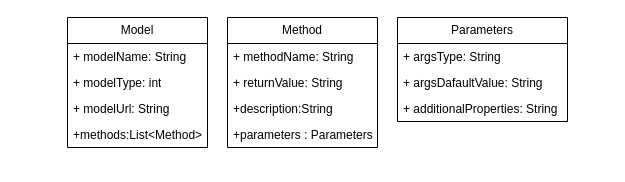
Above: ModelMethodParameter类.drawio in liujing-maker/IDEA (draw.io), before the change. Source tidied: cells renumbered, new cells numbered last; positions are measured from the earlier drawing's top-left corner, leaving out a move shared by most shapes. Both pictures are drawn from the tidied source at 100%, with x=0, y=0 at pixel (67, 17).
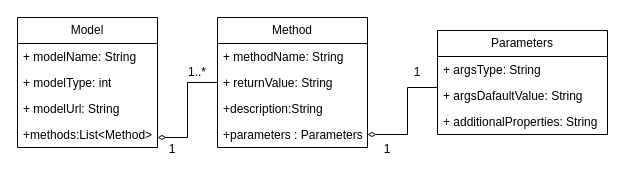
After the change.

Unchanged cells that the change refers to:
```xml
<mxCell id="6" value="+methods:List&amp;lt;Method&amp;gt;" style="text;strokeColor=none;fillColor=none;align=left;verticalAlign=top;spacingLeft=4;spacingRight=4;overflow=hidden;points=[[0,0.5],[1,0.5]];portConstraint=eastwest;whiteSpace=wrap;html=1;" parent="2" vertex="1">
  <mxGeometry y="104" width="140" height="26" as="geometry" />
</mxCell>
<mxCell id="11" value="+parameters : Parameters" style="text;strokeColor=none;fillColor=none;align=left;verticalAlign=top;spacingLeft=4;spacingRight=4;overflow=hidden;points=[[0,0.5],[1,0.5]];portConstraint=eastwest;whiteSpace=wrap;html=1;" parent="7" vertex="1">
  <mxGeometry y="104" width="150" height="26" as="geometry" />
</mxCell>
```

Change to the diagram source:
```diff
@@
     <mxCell id="2" value="Model" style="swimlane;fontStyle=0;horizontal=1;startSize=26;fillColor=none;whiteSpace=wrap;html=1;" parent="1" vertex="1">
-      <mxGeometry width="140" height="130" as="geometry" />
+      <mxGeometry x="-50" width="140" height="130" as="geometry" />
     </mxCell>
@@
     <mxCell id="7" value="Method" style="swimlane;fontStyle=0;horizontal=1;startSize=26;fillColor=none;whiteSpace=wrap;html=1;" parent="1" vertex="1">
-      <mxGeometry x="160" width="150" height="130" as="geometry" />
+      <mxGeometry x="150" width="150" height="130" as="geometry" />
     </mxCell>
@@
+    <mxCell id="16" style="edgeStyle=orthogonalEdgeStyle;rounded=0;jettySize=auto;html=1;endArrow=diamondThin;endFill=0;" parent="1" edge="1" source="12" target="11">
+      <mxGeometry relative="1" as="geometry">
+        <Array as="points">
+          <mxPoint x="340" y="70" />
+          <mxPoint x="340" y="117" />
+        </Array>
+      </mxGeometry>
+    </mxCell>
     <mxCell id="12" value="Parameters" style="swimlane;fontStyle=0;horizontal=1;startSize=26;fillColor=none;whiteSpace=wrap;html=1;" parent="1" vertex="1">
-      <mxGeometry x="330" width="170" height="104" as="geometry" />
+      <mxGeometry x="370" y="13" width="170" height="104" as="geometry" />
     </mxCell>
@@
+    <mxCell id="17" style="edgeStyle=orthogonalEdgeStyle;rounded=0;jettySize=auto;html=1;entryX=1;entryY=0.615;entryDx=0;entryDy=0;entryPerimeter=0;endArrow=diamondThin;endFill=0;" parent="1" edge="1" source="7" target="6">
+      <mxGeometry relative="1" as="geometry" />
+    </mxCell>
+    <mxCell id="18" value="1..*" style="text;html=1;align=center;verticalAlign=middle;whiteSpace=wrap;rounded=0;" parent="1" vertex="1">
+      <mxGeometry x="100" y="40" width="60" height="30" as="geometry" />
+    </mxCell>
+    <mxCell id="19" value="1" style="text;html=1;align=center;verticalAlign=middle;whiteSpace=wrap;rounded=0;" parent="1" vertex="1">
+      <mxGeometry x="75" y="117" width="60" height="30" as="geometry" />
+    </mxCell>
+    <mxCell id="20" value="1" style="text;html=1;align=center;verticalAlign=middle;whiteSpace=wrap;rounded=0;" parent="1" vertex="1">
+      <mxGeometry x="290" y="117" width="60" height="30" as="geometry" />
+    </mxCell>
+    <mxCell id="21" value="1" style="text;html=1;align=center;verticalAlign=middle;whiteSpace=wrap;rounded=0;" parent="1" vertex="1">
+      <mxGeometry x="320" y="40" width="60" height="30" as="geometry" />
+    </mxCell>
```
